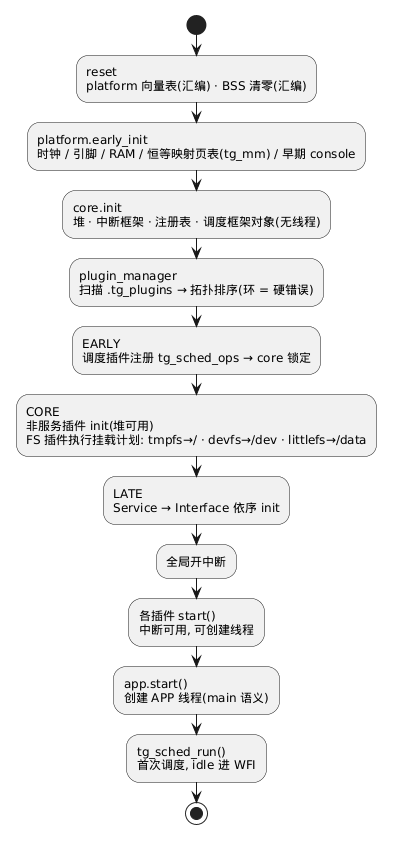
Above: docs/1-architecture/pics/1-01-architecture-04.png in zhuyh4n9/brickOS (PlantUML), before the change.
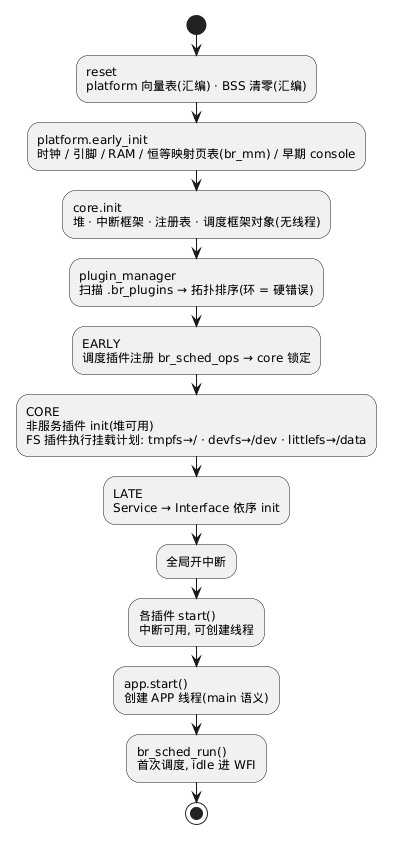
Above is the later version.

The edit, as a diff of the source:
```diff
@@ -3,13 +3,13 @@
 :reset
 platform 向量表(汇编) · BSS 清零(汇编);
 :platform.early_init
-时钟 / 引脚 / RAM / 恒等映射页表(tg_mm) / 早期 console;
+时钟 / 引脚 / RAM / 恒等映射页表(br_mm) / 早期 console;
 :core.init
 堆 · 中断框架 · 注册表 · 调度框架对象(无线程);
 :plugin_manager
-扫描 .tg_plugins → 拓扑排序(环 = 硬错误);
+扫描 .br_plugins → 拓扑排序(环 = 硬错误);
 :EARLY
-调度插件注册 tg_sched_ops → core 锁定;
+调度插件注册 br_sched_ops → core 锁定;
 :CORE
 非服务插件 init(堆可用)
 FS 插件执行挂载计划: tmpfs→/ · devfs→/dev · littlefs→/data;
@@ -20,7 +20,7 @@
 中断可用, 可创建线程;
 :app.start()
 创建 APP 线程(main 语义);
-:tg_sched_run()
+:br_sched_run()
 首次调度, idle 进 WFI;
 stop
 @enduml
```
